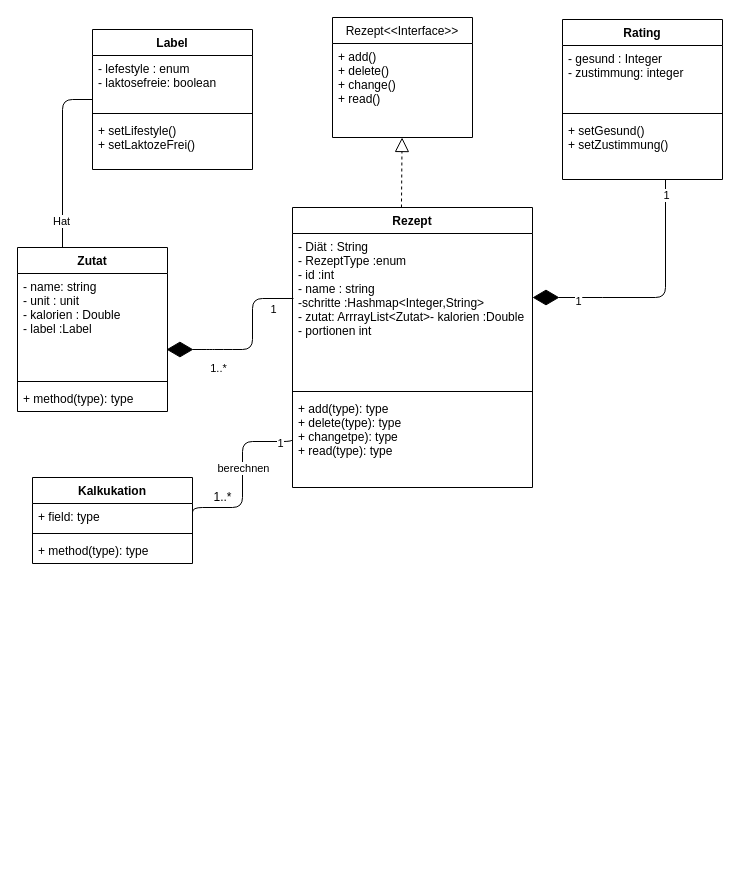
Before: Untitled Diagram.drawio in anas90zh/blog-test, a draw.io diagram. Source tidied: cells renumbered, new cells numbered last; positions are measured from the earlier drawing's top-left corner, leaving out a move shared by most shapes. Both pictures are drawn from the tidied source at 100%, with x=0, y=0 at pixel (17, 17).
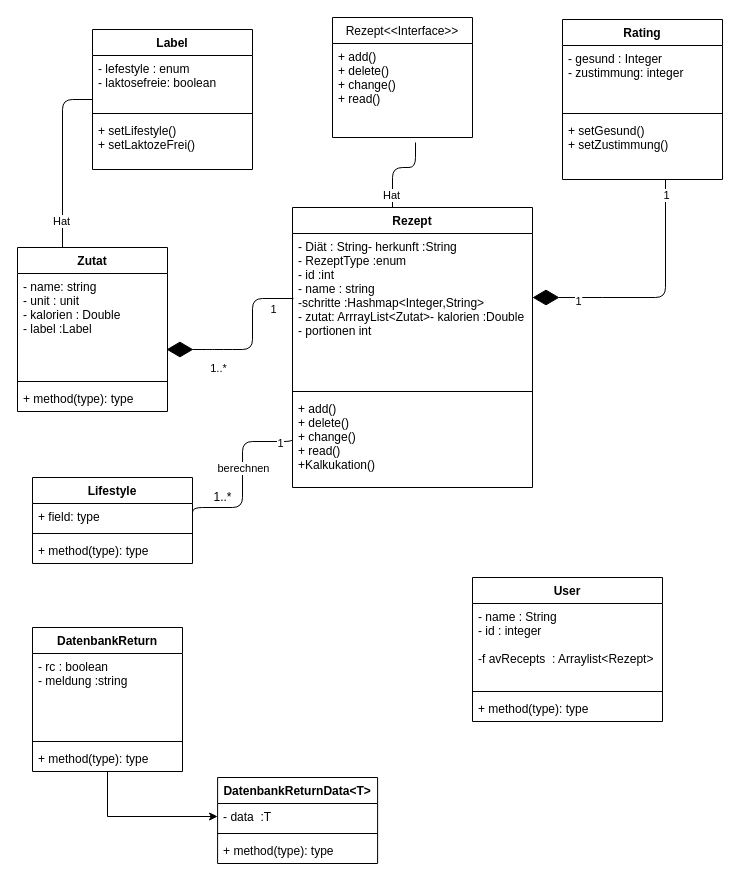
The same diagram, later.

Unchanged cells that the change refers to:
```xml
<mxCell id="6" value="Rezept" style="swimlane;fontStyle=1;align=center;verticalAlign=top;horizontal=1;startSize=26;" parent="1" vertex="1">
  <mxGeometry x="275" y="190" width="240" height="280" as="geometry" />
</mxCell>
<mxCell id="19" value="+ add()&#10;+ delete()&#10;+ change()&#10;+ read()" style="text;strokeColor=none;fillColor=none;align=left;verticalAlign=top;spacingLeft=4;spacingRight=4;overflow=hidden;points=[[0,0.5],[1,0.5]];portConstraint=eastwest;" parent="18" vertex="1">
  <mxGeometry y="26" width="140" height="94" as="geometry" />
</mxCell>
```

What changed in the source:
```diff
@@
-    <mxCell id="7" value="- Diät : String&#10;- RezeptType :enum&#10;- id :int&#10;- name : string&#10;-schritte :Hashmap&lt;Integer,String&gt;&#10;- zutat: ArrrayList&lt;Zutat&gt;- kalorien :Double&#10;- portionen int&#10;&#10;&#10;&#10;&#10;&#10;&#10;&#10;&#10;&#10;&#10;" style="text;strokeColor=none;fillColor=none;align=left;verticalAlign=top;spacingLeft=4;spacingRight=4;overflow=hidden;points=[[0,0.5],[1,0.5]];portConstraint=eastwest;" parent="6" vertex="1">
+    <mxCell id="7" value="- Diät : String- herkunft :String&#10;- RezeptType :enum&#10;- id :int&#10;- name : string&#10;-schritte :Hashmap&lt;Integer,String&gt;&#10;- zutat: ArrrayList&lt;Zutat&gt;- kalorien :Double&#10;- portionen int&#10;&#10;&#10;&#10;&#10;&#10;&#10;&#10;&#10;&#10;&#10;" style="text;strokeColor=none;fillColor=none;align=left;verticalAlign=top;spacingLeft=4;spacingRight=4;overflow=hidden;points=[[0,0.5],[1,0.5]];portConstraint=eastwest;" parent="6" vertex="1">
       <mxGeometry y="26" width="240" height="154" as="geometry" />
     </mxCell>
@@
-    <mxCell id="9" value="+ add(type): type&#10;+ delete(type): type&#10;+ changetpe): type&#10;+ read(type): type" style="text;strokeColor=none;fillColor=none;align=left;verticalAlign=top;spacingLeft=4;spacingRight=4;overflow=hidden;" parent="6" vertex="1">
+    <mxCell id="9" value="+ add()&#10;+ delete()&#10;+ change()&#10;+ read()&#10;+Kalkukation()" style="text;strokeColor=none;fillColor=none;align=left;verticalAlign=top;spacingLeft=4;spacingRight=4;overflow=hidden;" parent="6" vertex="1">
       <mxGeometry y="188" width="240" height="92" as="geometry" />
     </mxCell>
@@
-    <mxCell id="14" value="Kalkukation" style="swimlane;fontStyle=1;align=center;verticalAlign=top;horizontal=1;startSize=26;" parent="1" vertex="1">
+    <mxCell id="14" value="Lifestyle" style="swimlane;fontStyle=1;align=center;verticalAlign=top;horizontal=1;startSize=26;" parent="1" vertex="1">
       <mxGeometry x="15" y="460" width="160" height="86" as="geometry" />
     </mxCell>
@@
-    <mxCell id="26" style="endArrow=block;dashed=1;endFill=0;endSize=12;html=1;exitX=0.454;exitY=0;exitDx=0;exitDy=0;exitPerimeter=0;" parent="1" edge="1" source="6" target="19">
-      <mxGeometry relative="1" as="geometry" />
-    </mxCell>
@@
+    <mxCell id="38" value="DatenbankReturnData&lt;T&gt;" style="swimlane;fontStyle=1;align=center;verticalAlign=top;horizontal=1;startSize=26;" parent="1" vertex="1">
+      <mxGeometry x="200.1" y="760" width="160" height="86" as="geometry" />
+    </mxCell>
+    <mxCell id="39" value="- data  :T" style="text;strokeColor=none;fillColor=none;align=left;verticalAlign=top;spacingLeft=4;spacingRight=4;overflow=hidden;points=[[0,0.5],[1,0.5]];portConstraint=eastwest;" parent="38" vertex="1">
+      <mxGeometry y="26" width="160" height="26" as="geometry" />
+    </mxCell>
+    <mxCell id="40" style="line;strokeWidth=1;fillColor=none;align=left;verticalAlign=middle;spacingTop=-1;spacingLeft=3;spacingRight=3;labelPosition=right;" parent="38" vertex="1">
+      <mxGeometry y="52" width="160" height="8" as="geometry" />
+    </mxCell>
+    <mxCell id="41" value="+ method(type): type" style="text;strokeColor=none;fillColor=none;align=left;verticalAlign=top;spacingLeft=4;spacingRight=4;overflow=hidden;" parent="38" vertex="1">
+      <mxGeometry y="60" width="160" height="26" as="geometry" />
+    </mxCell>
+    <mxCell id="26" style="endArrow=none;html=1;edgeStyle=orthogonalEdgeStyle;entryX=0.593;entryY=1.053;entryDx=0;entryDy=0;entryPerimeter=0;" parent="1" edge="1" source="6" target="19">
+      <mxGeometry relative="1" as="geometry">
+        <Array as="points">
+          <mxPoint x="375" y="150" />
+          <mxPoint x="398" y="150" />
+        </Array>
+      </mxGeometry>
+    </mxCell>
+    <mxCell id="42" value="Hat" style="edgeLabel;html=1;align=center;verticalAlign=middle;" parent="26" vertex="1">
+      <mxGeometry x="-0.7" y="2" relative="1" as="geometry" />
+    </mxCell>
+    <mxCell id="43" style="edgeStyle=orthogonalEdgeStyle;rounded=0;jettySize=auto;html=1;" parent="1" edge="1" source="44" target="39">
+      <mxGeometry relative="1" as="geometry" />
+    </mxCell>
+    <mxCell id="44" value="DatenbankReturn" style="swimlane;fontStyle=1;align=center;verticalAlign=top;horizontal=1;startSize=26;" parent="1" vertex="1">
+      <mxGeometry x="15" y="610" width="150" height="144" as="geometry" />
+    </mxCell>
+    <mxCell id="45" value="- rc : boolean&#10;- meldung :string&#10;" style="text;strokeColor=none;fillColor=none;align=left;verticalAlign=top;spacingLeft=4;spacingRight=4;overflow=hidden;" parent="44" vertex="1">
+      <mxGeometry y="26" width="150" height="84" as="geometry" />
+    </mxCell>
+    <mxCell id="46" style="line;strokeWidth=1;fillColor=none;align=left;verticalAlign=middle;spacingTop=-1;spacingLeft=3;spacingRight=3;labelPosition=right;" parent="44" vertex="1">
+      <mxGeometry y="110" width="150" height="8" as="geometry" />
+    </mxCell>
+    <mxCell id="47" value="+ method(type): type" style="text;strokeColor=none;fillColor=none;align=left;verticalAlign=top;spacingLeft=4;spacingRight=4;overflow=hidden;" parent="44" vertex="1">
+      <mxGeometry y="118" width="150" height="26" as="geometry" />
+    </mxCell>
+    <mxCell id="48" value="User" style="swimlane;fontStyle=1;align=center;verticalAlign=top;horizontal=1;startSize=26;" parent="1" vertex="1">
+      <mxGeometry x="455" y="560" width="190" height="144" as="geometry" />
+    </mxCell>
+    <mxCell id="49" value="- name : String&#10;- id : integer&#10;&#10;-f avRecepts  : Arraylist&lt;Rezept&gt;&#10;" style="text;strokeColor=none;fillColor=none;align=left;verticalAlign=top;spacingLeft=4;spacingRight=4;overflow=hidden;" parent="48" vertex="1">
+      <mxGeometry y="26" width="190" height="84" as="geometry" />
+    </mxCell>
+    <mxCell id="50" style="line;strokeWidth=1;fillColor=none;align=left;verticalAlign=middle;spacingTop=-1;spacingLeft=3;spacingRight=3;labelPosition=right;" parent="48" vertex="1">
+      <mxGeometry y="110" width="190" height="8" as="geometry" />
+    </mxCell>
+    <mxCell id="51" value="+ method(type): type" style="text;strokeColor=none;fillColor=none;align=left;verticalAlign=top;spacingLeft=4;spacingRight=4;overflow=hidden;" parent="48" vertex="1">
+      <mxGeometry y="118" width="190" height="26" as="geometry" />
+    </mxCell>
```
